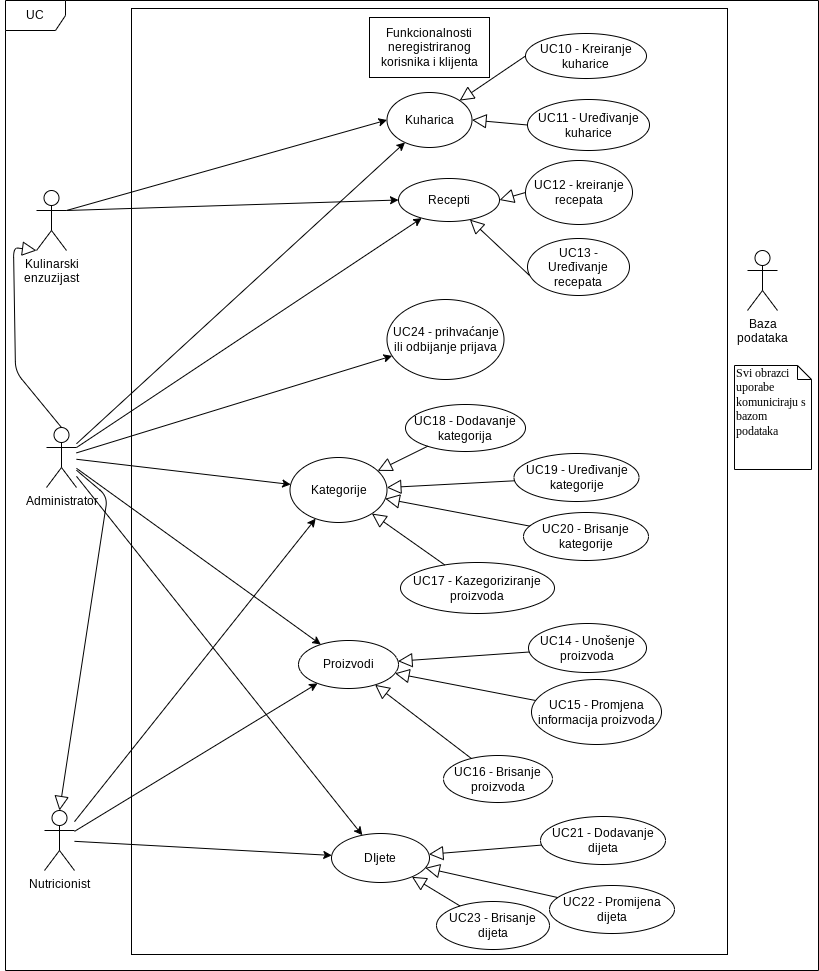
Before: Dokumentacija/dijagrami/dijagram-obrazaca-uporabe-kulinarskog-entuzijasta-i-nutricionista.png, a diagram exported from draw.io (glatkobrasno/wall-e-zohari). Source tidied: cells renumbered, new cells last; positions are measured from the earlier drawing's top-left corner, leaving out a move shared by most shapes.
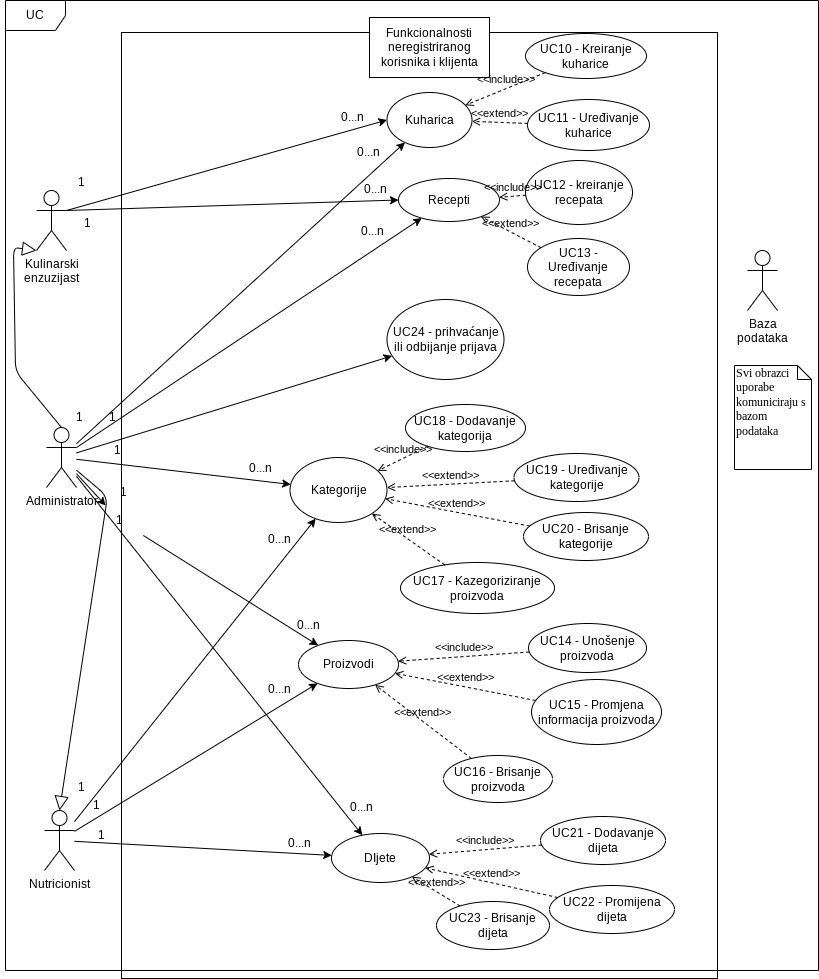
After the commit.

The edit, as a diff of the source:
```diff
@@ -3,7 +3,7 @@
     <mxCell id="0" />
     <mxCell id="1" parent="0" />
     <mxCell id="2" style="html=1;whiteSpace=wrap;" parent="1" vertex="1">
-      <mxGeometry x="126" y="8" width="596" height="946" as="geometry" />
+      <mxGeometry x="116" y="32" width="596" height="946" as="geometry" />
     </mxCell>
     <mxCell id="3" value="Kulinarski&lt;br&gt;enzuzijast" style="shape=umlActor;verticalLabelPosition=bottom;verticalAlign=top;html=1;outlineConnect=0;labelBackgroundColor=none;rounded=0;" parent="1" vertex="1">
       <mxGeometry x="31" y="190" width="30" height="60" as="geometry" />
@@ -32,12 +32,6 @@
     <mxCell id="11" style="endArrow=classic;html=1;exitX=1;exitY=0.3333333333333333;exitDx=0;exitDy=0;exitPerimeter=0;entryX=0;entryY=0.5;entryDx=0;entryDy=0;" parent="1" edge="1" source="3" target="8">
       <mxGeometry relative="1" as="geometry" />
     </mxCell>
-    <mxCell id="12" style="edgeStyle=none;html=1;endArrow=block;endFill=0;endSize=12;verticalAlign=bottom;exitX=0;exitY=0.5;exitDx=0;exitDy=0;entryX=1;entryY=0.5;entryDx=0;entryDy=0;" parent="1" edge="1" source="10" target="8">
-      <mxGeometry relative="1" as="geometry" />
-    </mxCell>
-    <mxCell id="13" style="edgeStyle=none;html=1;endArrow=block;endFill=0;endSize=12;verticalAlign=bottom;entryX=1;entryY=0;entryDx=0;entryDy=0;exitX=0;exitY=0.5;exitDx=0;exitDy=0;" parent="1" edge="1" source="9" target="8">
-      <mxGeometry relative="1" as="geometry" />
-    </mxCell>
     <mxCell id="14" value="Recepti" style="ellipse;whiteSpace=wrap;html=1;" parent="1" vertex="1">
       <mxGeometry x="393" y="178" width="101" height="43" as="geometry" />
     </mxCell>
@@ -50,12 +44,6 @@
     <mxCell id="17" style="endArrow=classic;html=1;exitX=1;exitY=0.3333333333333333;exitDx=0;exitDy=0;exitPerimeter=0;entryX=0;entryY=0.5;entryDx=0;entryDy=0;" parent="1" edge="1" source="3" target="14">
       <mxGeometry relative="1" as="geometry" />
     </mxCell>
-    <mxCell id="18" style="edgeStyle=none;html=1;endArrow=block;endFill=0;endSize=12;verticalAlign=bottom;exitX=0.02;exitY=0.649;exitDx=0;exitDy=0;exitPerimeter=0;" parent="1" edge="1" source="16" target="14">
-      <mxGeometry relative="1" as="geometry" />
-    </mxCell>
-    <mxCell id="19" style="edgeStyle=none;html=1;endArrow=block;endFill=0;endSize=12;verticalAlign=bottom;exitX=0;exitY=0.5;exitDx=0;exitDy=0;entryX=1;entryY=0.5;entryDx=0;entryDy=0;" parent="1" edge="1" source="15" target="14">
-      <mxGeometry relative="1" as="geometry" />
-    </mxCell>
     <mxCell id="20" value="Administrator" style="shape=umlActor;verticalLabelPosition=bottom;verticalAlign=top;html=1;outlineConnect=0;" parent="1" vertex="1">
       <mxGeometry x="41" y="427" width="30" height="60" as="geometry" />
     </mxCell>
@@ -128,7 +116,7 @@
     <mxCell id="40" style="endArrow=classic;html=1;" parent="1" edge="1" source="20" target="28">
       <mxGeometry relative="1" as="geometry" />
     </mxCell>
-    <mxCell id="41" style="endArrow=classic;html=1;" parent="1" edge="1" source="20" target="27">
+    <mxCell id="41" style="endArrow=classic;html=1;" parent="1" edge="1" source="64" target="27">
       <mxGeometry relative="1" as="geometry" />
     </mxCell>
     <mxCell id="42" style="endArrow=classic;html=1;" parent="1" edge="1" source="20" target="29">
@@ -143,38 +131,113 @@
     <mxCell id="45" style="endArrow=classic;html=1;" parent="1" edge="1" source="4" target="29">
       <mxGeometry relative="1" as="geometry" />
     </mxCell>
+    <mxCell id="56" value="Svi obrazci uporabe komuniciraju s bazom podataka" style="shape=note;whiteSpace=wrap;html=1;size=14;verticalAlign=top;align=left;spacingTop=-6;rounded=0;shadow=0;comic=0;labelBackgroundColor=none;strokeWidth=1;fontFamily=Verdana;fontSize=12;" parent="1" vertex="1">
+      <mxGeometry x="729" y="365" width="77" height="104" as="geometry" />
+    </mxCell>
+    <mxCell id="13" value="&amp;lt;&amp;lt;include&amp;gt;&amp;gt;" style="html=1;verticalAlign=bottom;labelBackgroundColor=none;endArrow=open;endFill=0;dashed=1;rounded=0;" parent="1" edge="1" source="9" target="8">
+      <mxGeometry relative="1" as="geometry" />
+    </mxCell>
+    <mxCell id="19" value="&amp;lt;&amp;lt;include&amp;gt;&amp;gt;" style="html=1;verticalAlign=bottom;labelBackgroundColor=none;endArrow=open;endFill=0;dashed=1;rounded=0;" parent="1" edge="1" source="15" target="14">
+      <mxGeometry relative="1" as="geometry" />
+    </mxCell>
-    <mxCell id="46" style="edgeStyle=none;html=1;endArrow=block;endFill=0;endSize=12;verticalAlign=bottom;" parent="1" edge="1" source="34" target="28">
+    <mxCell id="46" value="&amp;lt;&amp;lt;include&amp;gt;&amp;gt;" style="html=1;verticalAlign=bottom;labelBackgroundColor=none;endArrow=open;endFill=0;dashed=1;rounded=0;" parent="1" edge="1" source="34" target="28">
       <mxGeometry relative="1" as="geometry" />
     </mxCell>
+    <mxCell id="49" value="&amp;lt;&amp;lt;include&amp;gt;&amp;gt;" style="html=1;verticalAlign=bottom;labelBackgroundColor=none;endArrow=open;endFill=0;dashed=1;rounded=0;" parent="1" edge="1" source="30" target="27">
+      <mxGeometry relative="1" as="geometry" />
+    </mxCell>
+    <mxCell id="52" value="&amp;lt;&amp;lt;include&amp;gt;&amp;gt;" style="html=1;verticalAlign=bottom;labelBackgroundColor=none;endArrow=open;endFill=0;dashed=1;rounded=0;" parent="1" edge="1" source="37" target="29">
+      <mxGeometry relative="1" as="geometry" />
+    </mxCell>
+    <mxCell id="54" value="&amp;lt;&amp;lt;extend&amp;gt;&amp;gt;" style="html=1;verticalAlign=bottom;labelBackgroundColor=none;endArrow=open;endFill=0;dashed=1;rounded=0;" parent="1" edge="1" source="39" target="29">
+      <mxGeometry relative="1" as="geometry" />
+    </mxCell>
+    <mxCell id="53" value="&amp;lt;&amp;lt;extend&amp;gt;&amp;gt;" style="html=1;verticalAlign=bottom;labelBackgroundColor=none;endArrow=open;endFill=0;dashed=1;rounded=0;" parent="1" edge="1" source="38" target="29">
+      <mxGeometry relative="1" as="geometry" />
+    </mxCell>
+    <mxCell id="51" value="&amp;lt;&amp;lt;extend&amp;gt;&amp;gt;" style="html=1;verticalAlign=bottom;labelBackgroundColor=none;endArrow=open;endFill=0;dashed=1;rounded=0;" parent="1" edge="1" source="32" target="27">
+      <mxGeometry relative="1" as="geometry" />
+    </mxCell>
+    <mxCell id="50" value="&amp;lt;&amp;lt;extend&amp;gt;&amp;gt;" style="html=1;verticalAlign=bottom;labelBackgroundColor=none;endArrow=open;endFill=0;dashed=1;rounded=0;" parent="1" edge="1" source="31" target="27">
+      <mxGeometry relative="1" as="geometry" />
+    </mxCell>
+    <mxCell id="55" value="&amp;lt;&amp;lt;extend&amp;gt;&amp;gt;" style="html=1;verticalAlign=bottom;labelBackgroundColor=none;endArrow=open;endFill=0;dashed=1;rounded=0;" parent="1" edge="1" source="33" target="28">
+      <mxGeometry relative="1" as="geometry" />
+    </mxCell>
+    <mxCell id="48" value="&amp;lt;&amp;lt;extend&amp;gt;&amp;gt;" style="html=1;verticalAlign=bottom;labelBackgroundColor=none;endArrow=open;endFill=0;dashed=1;rounded=0;" parent="1" edge="1" source="36" target="28">
+      <mxGeometry relative="1" as="geometry" />
+    </mxCell>
-    <mxCell id="47" style="edgeStyle=none;html=1;endArrow=block;endFill=0;endSize=12;verticalAlign=bottom;" parent="1" edge="1" source="35" target="28">
+    <mxCell id="47" value="&amp;lt;&amp;lt;extend&amp;gt;&amp;gt;" style="html=1;verticalAlign=bottom;labelBackgroundColor=none;endArrow=open;endFill=0;dashed=1;rounded=0;" parent="1" edge="1" source="35" target="28">
       <mxGeometry relative="1" as="geometry" />
     </mxCell>
-    <mxCell id="48" style="edgeStyle=none;html=1;endArrow=block;endFill=0;endSize=12;verticalAlign=bottom;" parent="1" edge="1" source="36" target="28">
-      <mxGeometry relative="1" as="geometry" />
-    </mxCell>
-    <mxCell id="49" style="edgeStyle=none;html=1;endArrow=block;endFill=0;endSize=12;verticalAlign=bottom;" parent="1" edge="1" source="30" target="27">
-      <mxGeometry relative="1" as="geometry" />
-    </mxCell>
-    <mxCell id="50" style="edgeStyle=none;html=1;endArrow=block;endFill=0;endSize=12;verticalAlign=bottom;" parent="1" edge="1" source="31" target="27">
-      <mxGeometry relative="1" as="geometry" />
-    </mxCell>
-    <mxCell id="51" style="edgeStyle=none;html=1;endArrow=block;endFill=0;endSize=12;verticalAlign=bottom;" parent="1" edge="1" source="32" target="27">
-      <mxGeometry relative="1" as="geometry" />
-    </mxCell>
-    <mxCell id="52" style="edgeStyle=none;html=1;endArrow=block;endFill=0;endSize=12;verticalAlign=bottom;" parent="1" edge="1" source="37" target="29">
-      <mxGeometry relative="1" as="geometry" />
-    </mxCell>
-    <mxCell id="53" style="edgeStyle=none;html=1;endArrow=block;endFill=0;endSize=12;verticalAlign=bottom;" parent="1" edge="1" source="38" target="29">
-      <mxGeometry relative="1" as="geometry" />
-    </mxCell>
-    <mxCell id="54" style="edgeStyle=none;html=1;endArrow=block;endFill=0;endSize=12;verticalAlign=bottom;" parent="1" edge="1" source="39" target="29">
-      <mxGeometry relative="1" as="geometry" />
-    </mxCell>
-    <mxCell id="55" style="edgeStyle=none;html=1;endArrow=block;endFill=0;endSize=12;verticalAlign=bottom;" parent="1" edge="1" source="33" target="28">
-      <mxGeometry relative="1" as="geometry" />
-    </mxCell>
-    <mxCell id="56" value="Svi obrazci uporabe komuniciraju s bazom podataka" style="shape=note;whiteSpace=wrap;html=1;size=14;verticalAlign=top;align=left;spacingTop=-6;rounded=0;shadow=0;comic=0;labelBackgroundColor=none;strokeWidth=1;fontFamily=Verdana;fontSize=12;" parent="1" vertex="1">
-      <mxGeometry x="729" y="365" width="77" height="104" as="geometry" />
-    </mxCell>
+    <mxCell id="18" value="&amp;lt;&amp;lt;extend&amp;gt;&amp;gt;" style="html=1;verticalAlign=bottom;labelBackgroundColor=none;endArrow=open;endFill=0;dashed=1;rounded=0;" parent="1" edge="1" source="16" target="14">
+      <mxGeometry relative="1" as="geometry" />
+    </mxCell>
+    <mxCell id="12" value="&amp;lt;&amp;lt;extend&amp;gt;&amp;gt;" style="html=1;verticalAlign=bottom;labelBackgroundColor=none;endArrow=open;endFill=0;dashed=1;rounded=0;" parent="1" edge="1" source="10" target="8">
+      <mxGeometry relative="1" as="geometry" />
+    </mxCell>
+    <mxCell id="57" value="1" style="text;html=1;strokeColor=none;fillColor=none;align=center;verticalAlign=middle;whiteSpace=wrap;rounded=0;" parent="1" vertex="1">
+      <mxGeometry x="46" y="167" width="60" height="30" as="geometry" />
+    </mxCell>
+    <mxCell id="58" value="1" style="text;html=1;strokeColor=none;fillColor=none;align=center;verticalAlign=middle;whiteSpace=wrap;rounded=0;" parent="1" vertex="1">
+      <mxGeometry x="52" y="208" width="60" height="30" as="geometry" />
+    </mxCell>
+    <mxCell id="59" value="1" style="text;html=1;strokeColor=none;fillColor=none;align=center;verticalAlign=middle;whiteSpace=wrap;rounded=0;" parent="1" vertex="1">
+      <mxGeometry x="44" y="402" width="60" height="30" as="geometry" />
+    </mxCell>
+    <mxCell id="60" value="1" style="text;html=1;strokeColor=none;fillColor=none;align=center;verticalAlign=middle;whiteSpace=wrap;rounded=0;" parent="1" vertex="1">
+      <mxGeometry x="77" y="402" width="60" height="30" as="geometry" />
+    </mxCell>
+    <mxCell id="61" value="1" style="text;html=1;strokeColor=none;fillColor=none;align=center;verticalAlign=middle;whiteSpace=wrap;rounded=0;" parent="1" vertex="1">
+      <mxGeometry x="82" y="435" width="60" height="30" as="geometry" />
+    </mxCell>
+    <mxCell id="62" value="1" style="text;html=1;strokeColor=none;fillColor=none;align=center;verticalAlign=middle;whiteSpace=wrap;rounded=0;" parent="1" vertex="1">
+      <mxGeometry x="88" y="477" width="60" height="30" as="geometry" />
+    </mxCell>
+    <mxCell id="63" style="endArrow=classic;html=1;" parent="1" edge="1" source="20" target="64">
+      <mxGeometry relative="1" as="geometry" />
+    </mxCell>
+    <mxCell id="64" value="1" style="text;html=1;strokeColor=none;fillColor=none;align=center;verticalAlign=middle;whiteSpace=wrap;rounded=0;" parent="1" vertex="1">
+      <mxGeometry x="84" y="505" width="60" height="30" as="geometry" />
+    </mxCell>
+    <mxCell id="65" value="1" style="text;html=1;strokeColor=none;fillColor=none;align=center;verticalAlign=middle;whiteSpace=wrap;rounded=0;" parent="1" vertex="1">
+      <mxGeometry x="46" y="772" width="60" height="30" as="geometry" />
+    </mxCell>
+    <mxCell id="66" value="1" style="text;html=1;strokeColor=none;fillColor=none;align=center;verticalAlign=middle;whiteSpace=wrap;rounded=0;" parent="1" vertex="1">
+      <mxGeometry x="61" y="790" width="60" height="30" as="geometry" />
+    </mxCell>
+    <mxCell id="67" value="1" style="text;html=1;strokeColor=none;fillColor=none;align=center;verticalAlign=middle;whiteSpace=wrap;rounded=0;" parent="1" vertex="1">
+      <mxGeometry x="66" y="820" width="60" height="30" as="geometry" />
+    </mxCell>
+    <mxCell id="68" value="0...n&lt;br&gt;" style="text;html=1;strokeColor=none;fillColor=none;align=center;verticalAlign=middle;whiteSpace=wrap;rounded=0;" parent="1" vertex="1">
+      <mxGeometry x="317" y="102" width="60" height="30" as="geometry" />
+    </mxCell>
+    <mxCell id="69" value="0...n&lt;br&gt;" style="text;html=1;strokeColor=none;fillColor=none;align=center;verticalAlign=middle;whiteSpace=wrap;rounded=0;" parent="1" vertex="1">
+      <mxGeometry x="333" y="137" width="60" height="30" as="geometry" />
+    </mxCell>
+    <mxCell id="70" value="0...n&lt;br&gt;" style="text;html=1;strokeColor=none;fillColor=none;align=center;verticalAlign=middle;whiteSpace=wrap;rounded=0;" parent="1" vertex="1">
+      <mxGeometry x="340" y="174" width="60" height="30" as="geometry" />
+    </mxCell>
+    <mxCell id="71" value="0...n&lt;br&gt;" style="text;html=1;strokeColor=none;fillColor=none;align=center;verticalAlign=middle;whiteSpace=wrap;rounded=0;" parent="1" vertex="1">
+      <mxGeometry x="337" y="216" width="60" height="30" as="geometry" />
+    </mxCell>
+    <mxCell id="72" value="0...n&lt;br&gt;" style="text;html=1;strokeColor=none;fillColor=none;align=center;verticalAlign=middle;whiteSpace=wrap;rounded=0;" parent="1" vertex="1">
+      <mxGeometry x="224.5" y="453" width="60" height="30" as="geometry" />
+    </mxCell>
+    <mxCell id="73" value="0...n&lt;br&gt;" style="text;html=1;strokeColor=none;fillColor=none;align=center;verticalAlign=middle;whiteSpace=wrap;rounded=0;" parent="1" vertex="1">
+      <mxGeometry x="244" y="524" width="60" height="30" as="geometry" />
+    </mxCell>
+    <mxCell id="74" value="0...n&lt;br&gt;" style="text;html=1;strokeColor=none;fillColor=none;align=center;verticalAlign=middle;whiteSpace=wrap;rounded=0;" parent="1" vertex="1">
+      <mxGeometry x="273" y="610" width="60" height="30" as="geometry" />
+    </mxCell>
+    <mxCell id="75" value="0...n&lt;br&gt;" style="text;html=1;strokeColor=none;fillColor=none;align=center;verticalAlign=middle;whiteSpace=wrap;rounded=0;" parent="1" vertex="1">
+      <mxGeometry x="244" y="674" width="60" height="30" as="geometry" />
+    </mxCell>
+    <mxCell id="76" value="0...n&lt;br&gt;" style="text;html=1;strokeColor=none;fillColor=none;align=center;verticalAlign=middle;whiteSpace=wrap;rounded=0;" parent="1" vertex="1">
+      <mxGeometry x="326" y="792" width="60" height="30" as="geometry" />
+    </mxCell>
+    <mxCell id="77" value="0...n&lt;br&gt;" style="text;html=1;strokeColor=none;fillColor=none;align=center;verticalAlign=middle;whiteSpace=wrap;rounded=0;" parent="1" vertex="1">
+      <mxGeometry x="264" y="828" width="60" height="30" as="geometry" />
+    </mxCell>
   </root>
 </mxGraphModel>
```
